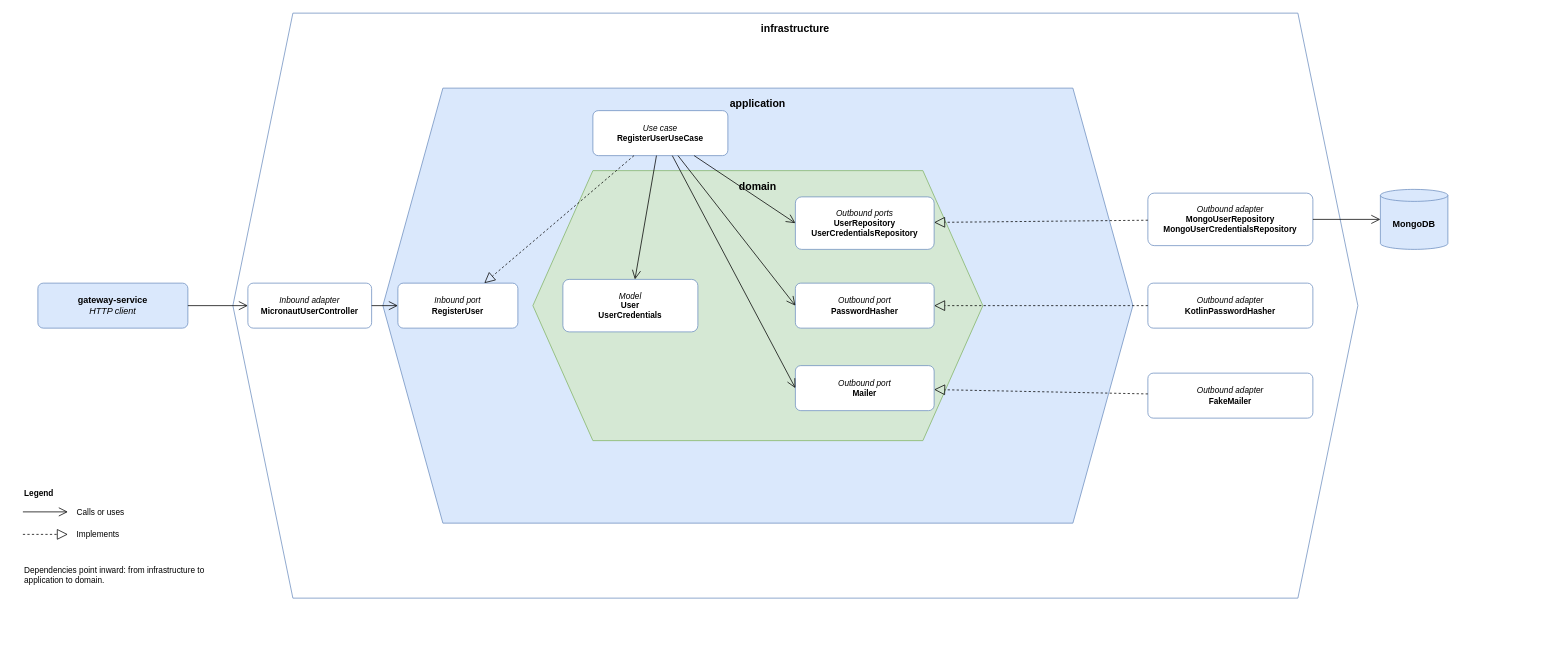
This is docs/reports/saap/02-Architecture and Implementation/hexagonal-architecture/hexagonal-architecture.drawio from Norby99/munchies, a draw.io file, before an edit. Source tidied: cells renumbered, new cells numbered last; positions are measured from the earlier drawing's top-left corner, leaving out a move shared by most shapes. Both pictures are drawn from the tidied source at 75%, with x=0, y=0 at pixel (22, 13).
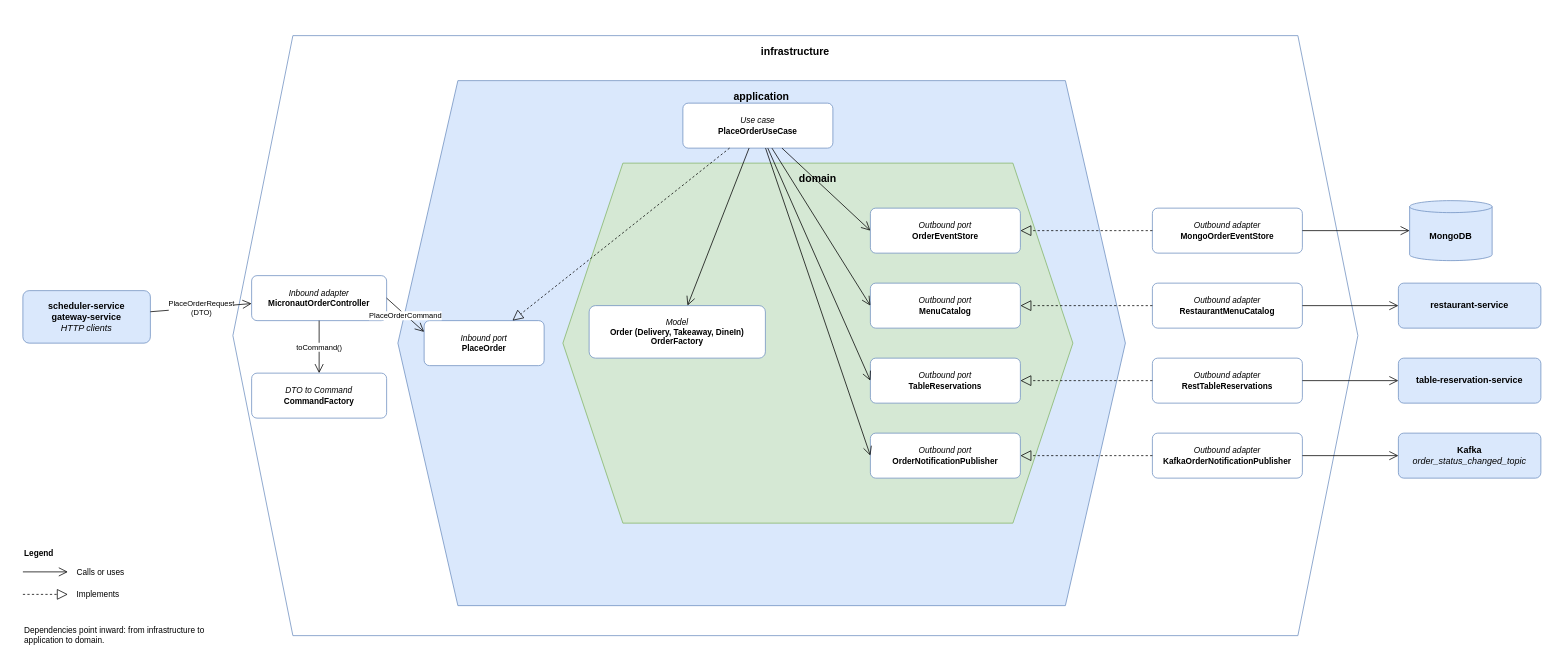
The same page after the edit.

Commit message (it also covers changes not shown here):
docs(saap): show the hexagonal architecture on order placement

What changed in the source:
```diff
@@
     <mxCell id="2" value="infrastructure" style="shape=hexagon;perimeter=hexagonPerimeter2;whiteSpace=wrap;html=1;fixedSize=1;size=80;verticalAlign=top;fontStyle=1;fontSize=14;spacingTop=6;fillColor=none;strokeColor=#6c8ebf;" parent="1" vertex="1">
-      <mxGeometry x="280" width="1500" height="780" as="geometry" />
+      <mxGeometry x="280" y="30" width="1500" height="800" as="geometry" />
     </mxCell>
     <mxCell id="3" value="application" style="shape=hexagon;perimeter=hexagonPerimeter2;whiteSpace=wrap;html=1;fixedSize=1;size=80;verticalAlign=top;fontStyle=1;fontSize=14;spacingTop=6;fillColor=#dae8fc;strokeColor=#6c8ebf;" parent="1" vertex="1">
-      <mxGeometry x="480" y="100" width="1000" height="580" as="geometry" />
+      <mxGeometry x="500" y="90" width="970" height="700" as="geometry" />
     </mxCell>
     <mxCell id="4" value="domain" style="shape=hexagon;perimeter=hexagonPerimeter2;whiteSpace=wrap;html=1;fixedSize=1;size=80;verticalAlign=top;fontStyle=1;fontSize=14;spacingTop=6;fillColor=#d5e8d4;strokeColor=#82b366;" parent="1" vertex="1">
-      <mxGeometry x="680" y="210" width="600" height="360" as="geometry" />
+      <mxGeometry x="720" y="200" width="680" height="480" as="geometry" />
     </mxCell>
-    <mxCell id="5" value="&lt;b&gt;gateway-service&lt;/b&gt;&lt;br&gt;&lt;i&gt;HTTP client&lt;/i&gt;" style="rounded=1;whiteSpace=wrap;html=1;arcSize=12;fillColor=#dae8fc;strokeColor=#6c8ebf;fontSize=12;" parent="1" vertex="1">
-      <mxGeometry x="20" y="360" width="200" height="60" as="geometry" />
+    <mxCell id="5" value="&lt;b&gt;scheduler-service&lt;/b&gt;&lt;br&gt;&lt;b&gt;gateway-service&lt;/b&gt;&lt;br&gt;&lt;i&gt;HTTP clients&lt;/i&gt;" style="rounded=1;whiteSpace=wrap;html=1;arcSize=12;fillColor=#dae8fc;strokeColor=#6c8ebf;fontSize=12;" parent="1" vertex="1">
+      <mxGeometry y="370" width="170" height="70" as="geometry" />
     </mxCell>
     <mxCell id="6" value="&lt;b&gt;MongoDB&lt;/b&gt;" style="shape=cylinder3;whiteSpace=wrap;html=1;boundedLbl=1;backgroundOutline=1;size=8;fillColor=#dae8fc;strokeColor=#6c8ebf;fontSize=12;" parent="1" vertex="1">
-      <mxGeometry x="1810" y="235" width="90" height="80" as="geometry" />
+      <mxGeometry x="1849" y="250" width="110" height="80" as="geometry" />
     </mxCell>
+    <mxCell id="34" value="&lt;b&gt;restaurant-service&lt;/b&gt;" style="rounded=1;whiteSpace=wrap;html=1;arcSize=12;fillColor=#dae8fc;strokeColor=#6c8ebf;fontSize=12;" parent="1" vertex="1">
+      <mxGeometry x="1834" y="360" width="190" height="60" as="geometry" />
+    </mxCell>
+    <mxCell id="35" value="&lt;b&gt;table-reservation-service&lt;/b&gt;" style="rounded=1;whiteSpace=wrap;html=1;arcSize=12;fillColor=#dae8fc;strokeColor=#6c8ebf;fontSize=12;" parent="1" vertex="1">
+      <mxGeometry x="1834" y="460" width="190" height="60" as="geometry" />
+    </mxCell>
+    <mxCell id="36" value="&lt;b&gt;Kafka&lt;/b&gt;&lt;br&gt;&lt;i&gt;order_status_changed_topic&lt;/i&gt;" style="rounded=1;whiteSpace=wrap;html=1;arcSize=12;fillColor=#dae8fc;strokeColor=#6c8ebf;fontSize=12;" parent="1" vertex="1">
+      <mxGeometry x="1834" y="560" width="190" height="60" as="geometry" />
+    </mxCell>
-    <mxCell id="7" value="&lt;i&gt;Inbound adapter&lt;/i&gt;&lt;br&gt;&lt;b&gt;MicronautUserController&lt;/b&gt;" style="rounded=1;whiteSpace=wrap;html=1;arcSize=12;fillColor=default;strokeColor=#6c8ebf;fontSize=11;" parent="1" vertex="1">
-      <mxGeometry x="300" y="360" width="165" height="60" as="geometry" />
+    <mxCell id="7" value="&lt;i&gt;Inbound adapter&lt;/i&gt;&lt;br&gt;&lt;b&gt;MicronautOrderController&lt;/b&gt;" style="rounded=1;whiteSpace=wrap;html=1;arcSize=12;fillColor=default;strokeColor=#6c8ebf;fontSize=11;" parent="1" vertex="1">
+      <mxGeometry x="305" y="350" width="180" height="60" as="geometry" />
     </mxCell>
-    <mxCell id="8" value="&lt;i&gt;Outbound adapter&lt;/i&gt;&lt;br&gt;&lt;b&gt;MongoUserRepository&lt;/b&gt;&lt;br&gt;&lt;b&gt;MongoUserCredentialsRepository&lt;/b&gt;" style="rounded=1;whiteSpace=wrap;html=1;arcSize=12;fillColor=default;strokeColor=#6c8ebf;fontSize=11;" parent="1" vertex="1">
-      <mxGeometry x="1500" y="240" width="220" height="70" as="geometry" />
-    </mxCell>
-    <mxCell id="9" value="&lt;i&gt;Outbound adapter&lt;/i&gt;&lt;br&gt;&lt;b&gt;KotlinPasswordHasher&lt;/b&gt;" style="rounded=1;whiteSpace=wrap;html=1;arcSize=12;fillColor=default;strokeColor=#6c8ebf;fontSize=11;" parent="1" vertex="1">
-      <mxGeometry x="1500" y="360" width="220" height="60" as="geometry" />
-    </mxCell>
-    <mxCell id="10" value="&lt;i&gt;Outbound adapter&lt;/i&gt;&lt;br&gt;&lt;b&gt;FakeMailer&lt;/b&gt;" style="rounded=1;whiteSpace=wrap;html=1;arcSize=12;fillColor=default;strokeColor=#6c8ebf;fontSize=11;" parent="1" vertex="1">
-      <mxGeometry x="1500" y="480" width="220" height="60" as="geometry" />
-    </mxCell>
+    <mxCell id="37" value="&lt;i&gt;DTO to Command&lt;/i&gt;&lt;br&gt;&lt;b&gt;CommandFactory&lt;/b&gt;" style="rounded=1;whiteSpace=wrap;html=1;arcSize=12;fillColor=default;strokeColor=#6c8ebf;fontSize=11;" parent="1" vertex="1">
+      <mxGeometry x="305" y="480" width="180" height="60" as="geometry" />
+    </mxCell>
+    <mxCell id="38" value="&lt;i&gt;Outbound adapter&lt;/i&gt;&lt;br&gt;&lt;b&gt;MongoOrderEventStore&lt;/b&gt;" style="rounded=1;whiteSpace=wrap;html=1;arcSize=12;fillColor=default;strokeColor=#6c8ebf;fontSize=11;" parent="1" vertex="1">
+      <mxGeometry x="1506" y="260" width="200" height="60" as="geometry" />
+    </mxCell>
+    <mxCell id="39" value="&lt;i&gt;Outbound adapter&lt;/i&gt;&lt;br&gt;&lt;b&gt;RestaurantMenuCatalog&lt;/b&gt;" style="rounded=1;whiteSpace=wrap;html=1;arcSize=12;fillColor=default;strokeColor=#6c8ebf;fontSize=11;" parent="1" vertex="1">
+      <mxGeometry x="1506" y="360" width="200" height="60" as="geometry" />
+    </mxCell>
+    <mxCell id="40" value="&lt;i&gt;Outbound adapter&lt;/i&gt;&lt;br&gt;&lt;b&gt;RestTableReservations&lt;/b&gt;" style="rounded=1;whiteSpace=wrap;html=1;arcSize=12;fillColor=default;strokeColor=#6c8ebf;fontSize=11;" parent="1" vertex="1">
+      <mxGeometry x="1506" y="460" width="200" height="60" as="geometry" />
+    </mxCell>
+    <mxCell id="41" value="&lt;i&gt;Outbound adapter&lt;/i&gt;&lt;br&gt;&lt;b&gt;KafkaOrderNotificationPublisher&lt;/b&gt;" style="rounded=1;whiteSpace=wrap;html=1;arcSize=12;fillColor=default;strokeColor=#6c8ebf;fontSize=11;" parent="1" vertex="1">
+      <mxGeometry x="1506" y="560" width="200" height="60" as="geometry" />
+    </mxCell>
-    <mxCell id="11" value="&lt;i&gt;Inbound port&lt;/i&gt;&lt;br&gt;&lt;b&gt;RegisterUser&lt;/b&gt;" style="rounded=1;whiteSpace=wrap;html=1;arcSize=12;fillColor=default;strokeColor=#6c8ebf;fontSize=11;" parent="1" vertex="1">
-      <mxGeometry x="500" y="360" width="160" height="60" as="geometry" />
+    <mxCell id="11" value="&lt;i&gt;Inbound port&lt;/i&gt;&lt;br&gt;&lt;b&gt;PlaceOrder&lt;/b&gt;" style="rounded=1;whiteSpace=wrap;html=1;arcSize=12;fillColor=default;strokeColor=#6c8ebf;fontSize=11;" parent="1" vertex="1">
+      <mxGeometry x="535" y="410" width="160" height="60" as="geometry" />
     </mxCell>
-    <mxCell id="12" value="&lt;i&gt;Use case&lt;/i&gt;&lt;br&gt;&lt;b&gt;RegisterUserUseCase&lt;/b&gt;" style="rounded=1;whiteSpace=wrap;html=1;arcSize=12;fillColor=default;strokeColor=#6c8ebf;fontSize=11;" parent="1" vertex="1">
-      <mxGeometry x="760" y="130" width="180" height="60" as="geometry" />
+    <mxCell id="12" value="&lt;i&gt;Use case&lt;/i&gt;&lt;br&gt;&lt;b&gt;PlaceOrderUseCase&lt;/b&gt;" style="rounded=1;whiteSpace=wrap;html=1;arcSize=12;fillColor=default;strokeColor=#6c8ebf;fontSize=11;" parent="1" vertex="1">
+      <mxGeometry x="880" y="120" width="200" height="60" as="geometry" />
     </mxCell>
-    <mxCell id="13" value="&lt;i&gt;Model&lt;/i&gt;&lt;br&gt;&lt;b&gt;User&lt;/b&gt;&lt;br&gt;&lt;b&gt;UserCredentials&lt;/b&gt;" style="rounded=1;whiteSpace=wrap;html=1;arcSize=12;fillColor=default;strokeColor=#6c8ebf;fontSize=11;" parent="1" vertex="1">
-      <mxGeometry x="720" y="355" width="180" height="70" as="geometry" />
+    <mxCell id="13" value="&lt;i&gt;Model&lt;/i&gt;&lt;br&gt;&lt;b&gt;Order (Delivery, Takeaway, DineIn)&lt;/b&gt;&lt;br&gt;&lt;b&gt;OrderFactory&lt;/b&gt;" style="rounded=1;whiteSpace=wrap;html=1;arcSize=12;fillColor=default;strokeColor=#6c8ebf;fontSize=11;" parent="1" vertex="1">
+      <mxGeometry x="755" y="390" width="235" height="70" as="geometry" />
     </mxCell>
-    <mxCell id="14" value="&lt;i&gt;Outbound ports&lt;/i&gt;&lt;br&gt;&lt;b&gt;UserRepository&lt;/b&gt;&lt;br&gt;&lt;b&gt;UserCredentialsRepository&lt;/b&gt;" style="rounded=1;whiteSpace=wrap;html=1;arcSize=12;fillColor=default;strokeColor=#6c8ebf;fontSize=11;" parent="1" vertex="1">
-      <mxGeometry x="1030" y="245" width="185" height="70" as="geometry" />
-    </mxCell>
-    <mxCell id="15" value="&lt;i&gt;Outbound port&lt;/i&gt;&lt;br&gt;&lt;b&gt;PasswordHasher&lt;/b&gt;" style="rounded=1;whiteSpace=wrap;html=1;arcSize=12;fillColor=default;strokeColor=#6c8ebf;fontSize=11;" parent="1" vertex="1">
-      <mxGeometry x="1030" y="360" width="185" height="60" as="geometry" />
-    </mxCell>
-    <mxCell id="16" value="&lt;i&gt;Outbound port&lt;/i&gt;&lt;br&gt;&lt;b&gt;Mailer&lt;/b&gt;" style="rounded=1;whiteSpace=wrap;html=1;arcSize=12;fillColor=default;strokeColor=#6c8ebf;fontSize=11;" parent="1" vertex="1">
-      <mxGeometry x="1030" y="470" width="185" height="60" as="geometry" />
-    </mxCell>
+    <mxCell id="42" value="&lt;i&gt;Outbound port&lt;/i&gt;&lt;br&gt;&lt;b&gt;OrderEventStore&lt;/b&gt;" style="rounded=1;whiteSpace=wrap;html=1;arcSize=12;fillColor=default;strokeColor=#6c8ebf;fontSize=11;" parent="1" vertex="1">
+      <mxGeometry x="1130" y="260" width="200" height="60" as="geometry" />
+    </mxCell>
+    <mxCell id="43" value="&lt;i&gt;Outbound port&lt;/i&gt;&lt;br&gt;&lt;b&gt;MenuCatalog&lt;/b&gt;" style="rounded=1;whiteSpace=wrap;html=1;arcSize=12;fillColor=default;strokeColor=#6c8ebf;fontSize=11;" parent="1" vertex="1">
+      <mxGeometry x="1130" y="360" width="200" height="60" as="geometry" />
+    </mxCell>
+    <mxCell id="44" value="&lt;i&gt;Outbound port&lt;/i&gt;&lt;br&gt;&lt;b&gt;TableReservations&lt;/b&gt;" style="rounded=1;whiteSpace=wrap;html=1;arcSize=12;fillColor=default;strokeColor=#6c8ebf;fontSize=11;" parent="1" vertex="1">
+      <mxGeometry x="1130" y="460" width="200" height="60" as="geometry" />
+    </mxCell>
+    <mxCell id="45" value="&lt;i&gt;Outbound port&lt;/i&gt;&lt;br&gt;&lt;b&gt;OrderNotificationPublisher&lt;/b&gt;" style="rounded=1;whiteSpace=wrap;html=1;arcSize=12;fillColor=default;strokeColor=#6c8ebf;fontSize=11;" parent="1" vertex="1">
+      <mxGeometry x="1130" y="560" width="200" height="60" as="geometry" />
+    </mxCell>
-    <mxCell id="17" style="endArrow=open;endSize=10;html=1;" parent="1" edge="1" source="5" target="7">
+    <mxCell id="17" value="PlaceOrderRequest&lt;br&gt;(DTO)" style="endArrow=open;endSize=10;html=1;fontSize=10;labelBackgroundColor=default;" parent="1" edge="1" source="5" target="7">
       <mxGeometry relative="1" as="geometry" />
     </mxCell>
-    <mxCell id="18" style="endArrow=open;endSize=10;html=1;" parent="1" edge="1" source="7" target="11">
+    <mxCell id="18" value="toCommand()" style="endArrow=open;endSize=10;html=1;fontSize=10;labelBackgroundColor=default;" parent="1" edge="1" source="7" target="37">
       <mxGeometry relative="1" as="geometry" />
     </mxCell>
+    <mxCell id="20" value="PlaceOrderCommand" style="endArrow=open;endSize=10;html=1;exitX=1;exitY=0.5;exitDx=0;exitDy=0;entryX=0;entryY=0.25;entryDx=0;entryDy=0;fontSize=10;labelBackgroundColor=default;" parent="1" edge="1" source="7" target="11">
+      <mxGeometry relative="1" as="geometry" />
+    </mxCell>
@@
-    <mxCell id="20" style="endArrow=open;endSize=10;html=1;" parent="1" edge="1" source="12" target="13">
-      <mxGeometry relative="1" as="geometry" />
-    </mxCell>
+    <mxCell id="27" style="endArrow=open;endSize=10;html=1;" parent="1" edge="1" source="12" target="13">
+      <mxGeometry relative="1" as="geometry" />
+    </mxCell>
-    <mxCell id="21" style="endArrow=open;endSize=10;html=1;entryX=0;entryY=0.5;entryDx=0;entryDy=0;" parent="1" edge="1" source="12" target="14">
+    <mxCell id="21" style="endArrow=open;endSize=10;html=1;entryX=0;entryY=0.5;entryDx=0;entryDy=0;" parent="1" edge="1" source="12" target="42">
       <mxGeometry relative="1" as="geometry" />
     </mxCell>
-    <mxCell id="22" style="endArrow=open;endSize=10;html=1;entryX=0;entryY=0.5;entryDx=0;entryDy=0;" parent="1" edge="1" source="12" target="15">
+    <mxCell id="22" style="endArrow=open;endSize=10;html=1;entryX=0;entryY=0.5;entryDx=0;entryDy=0;" parent="1" edge="1" source="12" target="43">
       <mxGeometry relative="1" as="geometry" />
     </mxCell>
-    <mxCell id="23" style="endArrow=open;endSize=10;html=1;entryX=0;entryY=0.5;entryDx=0;entryDy=0;" parent="1" edge="1" source="12" target="16">
+    <mxCell id="23" style="endArrow=open;endSize=10;html=1;entryX=0;entryY=0.5;entryDx=0;entryDy=0;" parent="1" edge="1" source="12" target="44">
       <mxGeometry relative="1" as="geometry" />
     </mxCell>
+    <mxCell id="46" style="endArrow=open;endSize=10;html=1;entryX=0;entryY=0.5;entryDx=0;entryDy=0;" parent="1" edge="1" source="12" target="45">
+      <mxGeometry relative="1" as="geometry" />
+    </mxCell>
-    <mxCell id="24" style="endArrow=block;endFill=0;endSize=12;dashed=1;html=1;" parent="1" edge="1" source="8" target="14">
+    <mxCell id="24" style="endArrow=block;endFill=0;endSize=12;dashed=1;html=1;" parent="1" edge="1" source="38" target="42">
       <mxGeometry relative="1" as="geometry" />
     </mxCell>
-    <mxCell id="25" style="endArrow=block;endFill=0;endSize=12;dashed=1;html=1;" parent="1" edge="1" source="9" target="15">
+    <mxCell id="25" style="endArrow=block;endFill=0;endSize=12;dashed=1;html=1;" parent="1" edge="1" source="39" target="43">
       <mxGeometry relative="1" as="geometry" />
     </mxCell>
-    <mxCell id="26" style="endArrow=block;endFill=0;endSize=12;dashed=1;html=1;" parent="1" edge="1" source="10" target="16">
+    <mxCell id="26" style="endArrow=block;endFill=0;endSize=12;dashed=1;html=1;" parent="1" edge="1" source="40" target="44">
       <mxGeometry relative="1" as="geometry" />
     </mxCell>
-    <mxCell id="27" style="endArrow=open;endSize=10;html=1;" parent="1" edge="1" source="8" target="6">
-      <mxGeometry relative="1" as="geometry" />
-    </mxCell>
+    <mxCell id="47" style="endArrow=block;endFill=0;endSize=12;dashed=1;html=1;" parent="1" edge="1" source="41" target="45">
+      <mxGeometry relative="1" as="geometry" />
+    </mxCell>
+    <mxCell id="48" style="endArrow=open;endSize=10;html=1;" parent="1" edge="1" source="38" target="6">
+      <mxGeometry relative="1" as="geometry" />
+    </mxCell>
+    <mxCell id="49" style="endArrow=open;endSize=10;html=1;" parent="1" edge="1" source="39" target="34">
+      <mxGeometry relative="1" as="geometry" />
+    </mxCell>
+    <mxCell id="50" style="endArrow=open;endSize=10;html=1;" parent="1" edge="1" source="40" target="35">
+      <mxGeometry relative="1" as="geometry" />
+    </mxCell>
+    <mxCell id="51" style="endArrow=open;endSize=10;html=1;" parent="1" edge="1" source="41" target="36">
+      <mxGeometry relative="1" as="geometry" />
+    </mxCell>
     <mxCell id="28" value="&lt;b&gt;Legend&lt;/b&gt;" style="text;html=1;align=left;verticalAlign=middle;whiteSpace=wrap;fontSize=11;" parent="1" vertex="1">
-      <mxGeometry y="630" width="200" height="20" as="geometry" />
+      <mxGeometry y="710" width="200" height="20" as="geometry" />
     </mxCell>
     <mxCell id="29" style="endArrow=open;endSize=10;html=1;" parent="1" edge="1">
       <mxGeometry relative="1" as="geometry">
-        <mxPoint y="665" as="sourcePoint" />
-        <mxPoint x="60" y="665" as="targetPoint" />
+        <mxPoint y="745" as="sourcePoint" />
+        <mxPoint x="60" y="745" as="targetPoint" />
       </mxGeometry>
     </mxCell>
     <mxCell id="30" value="Calls or uses" style="text;html=1;align=left;verticalAlign=middle;whiteSpace=wrap;fontSize=11;" parent="1" vertex="1">
-      <mxGeometry x="70" y="655" width="180" height="20" as="geometry" />
+      <mxGeometry x="70" y="735" width="180" height="20" as="geometry" />
     </mxCell>
     <mxCell id="31" style="endArrow=block;endFill=0;endSize=12;dashed=1;html=1;" parent="1" edge="1">
       <mxGeometry relative="1" as="geometry">
-        <mxPoint y="695" as="sourcePoint" />
-        <mxPoint x="60" y="695" as="targetPoint" />
+        <mxPoint y="775" as="sourcePoint" />
+        <mxPoint x="60" y="775" as="targetPoint" />
       </mxGeometry>
     </mxCell>
     <mxCell id="32" value="Implements" style="text;html=1;align=left;verticalAlign=middle;whiteSpace=wrap;fontSize=11;" parent="1" vertex="1">
-      <mxGeometry x="70" y="685" width="180" height="20" as="geometry" />
+      <mxGeometry x="70" y="765" width="180" height="20" as="geometry" />
     </mxCell>
     <mxCell id="33" value="Dependencies point inward: from infrastructure to application to domain." style="text;html=1;align=left;verticalAlign=middle;whiteSpace=wrap;fontSize=11;verticalAlign=top;" parent="1" vertex="1">
-      <mxGeometry y="730" width="260" height="40" as="geometry" />
+      <mxGeometry y="810" width="260" height="40" as="geometry" />
     </mxCell>
```
